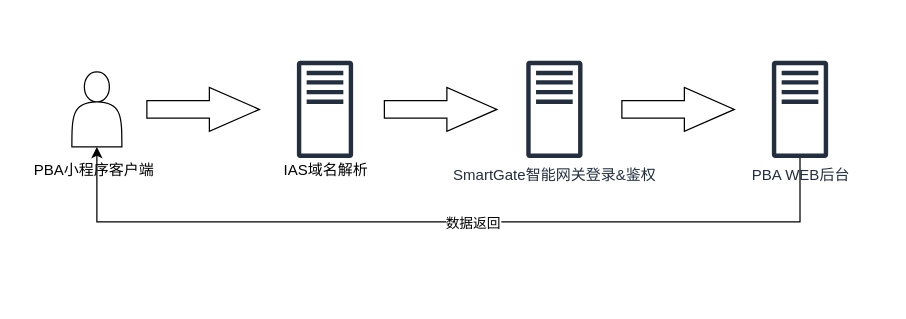
The draw.io diagram pba.drawio in lshunran/drawIO, before the edit. Source tidied: cells renumbered, new cells numbered last; positions are measured from the earlier drawing's top-left corner, leaving out a move shared by most shapes. Both pictures are drawn from the tidied source at 125%, with x=0, y=0 at pixel (21, 60).
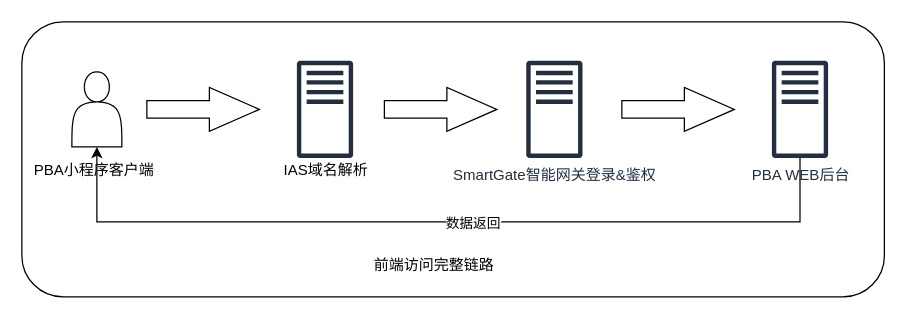
Above is the later version.

What changed in the source:
```diff
@@
 <mxGraphModel>
   <root>
     <mxCell id="0" />
     <mxCell id="1" parent="0" />
+    <mxCell id="13" style="rounded=1;whiteSpace=wrap;html=1;" parent="1" vertex="1">
+      <mxGeometry y="-31" width="690" height="220" as="geometry" />
+    </mxCell>
     <mxCell id="2" style="html=1;shadow=0;dashed=0;align=center;verticalAlign=middle;shape=mxgraph.arrows2.arrow;dy=0.6;dx=40;notch=0;" parent="1" vertex="1">
       <mxGeometry x="100" y="21.5" width="90" height="35" as="geometry" />
     </mxCell>
     <mxCell id="3" style="shape=actor;whiteSpace=wrap;html=1;" parent="1" vertex="1">
       <mxGeometry x="40" y="9" width="40" height="60" as="geometry" />
     </mxCell>
     <mxCell id="4" style="fontColor=#232F3E;gradientColor=none;fillColor=#232F3E;strokeColor=none;dashed=0;verticalLabelPosition=bottom;verticalAlign=top;align=center;html=1;fontSize=12;fontStyle=0;shape=mxgraph.aws4.traditional_server;" parent="1" vertex="1">
       <mxGeometry x="220" width="45" height="78" as="geometry" />
     </mxCell>
     <mxCell id="5" value="IAS域名解析" style="text;html=1;align=center;verticalAlign=middle;strokeColor=none;" parent="1" vertex="1">
       <mxGeometry x="202.5" y="78" width="80" height="20" as="geometry" />
     </mxCell>
     <mxCell id="6" value="SmartGate智能网关登录&amp;amp;鉴权" style="fontColor=#232F3E;gradientColor=none;fillColor=#232F3E;strokeColor=none;dashed=0;verticalLabelPosition=bottom;verticalAlign=top;align=center;html=1;fontSize=12;fontStyle=0;shape=mxgraph.aws4.traditional_server;" parent="1" vertex="1">
       <mxGeometry x="403.5" width="45" height="78" as="geometry" />
     </mxCell>
     <mxCell id="7" style="html=1;shadow=0;dashed=0;align=center;verticalAlign=middle;shape=mxgraph.arrows2.arrow;dy=0.6;dx=40;notch=0;" parent="1" vertex="1">
       <mxGeometry x="290" y="21.5" width="90" height="35" as="geometry" />
     </mxCell>
     <mxCell id="8" style="html=1;shadow=0;dashed=0;align=center;verticalAlign=middle;shape=mxgraph.arrows2.arrow;dy=0.6;dx=40;notch=0;" parent="1" vertex="1">
       <mxGeometry x="480" y="21.5" width="90" height="35" as="geometry" />
     </mxCell>
     <mxCell id="9" style="edgeStyle=orthogonalEdgeStyle;rounded=0;jettySize=auto;html=1;entryX=0.5;entryY=1;entryDx=0;entryDy=0;" parent="1" edge="1" source="11" target="3">
       <mxGeometry relative="1" as="geometry">
         <Array as="points">
           <mxPoint x="623" y="129" />
           <mxPoint x="60" y="129" />
         </Array>
       </mxGeometry>
     </mxCell>
     <mxCell id="10" value="数据返回" style="edgeLabel;html=1;align=center;verticalAlign=middle;" parent="9" vertex="1">
       <mxGeometry x="-0.07" relative="1" as="geometry" />
     </mxCell>
     <mxCell id="11" value="PBA WEB后台" style="outlineConnect=0;fontColor=#232F3E;gradientColor=none;fillColor=#232F3E;strokeColor=none;dashed=0;verticalLabelPosition=bottom;verticalAlign=top;align=center;html=1;fontSize=12;fontStyle=0;shape=mxgraph.aws4.traditional_server;" parent="1" vertex="1">
       <mxGeometry x="600" width="45" height="78" as="geometry" />
     </mxCell>
     <mxCell id="12" value="PBA小程序客户端" style="text;html=1;strokeColor=none;fillColor=none;align=center;verticalAlign=middle;whiteSpace=wrap;rounded=0;" parent="1" vertex="1">
       <mxGeometry y="83" width="116" height="10" as="geometry" />
     </mxCell>
+    <mxCell id="14" value="前端访问完整链路" style="text;html=1;strokeColor=none;fillColor=none;align=center;verticalAlign=middle;whiteSpace=wrap;rounded=0;" parent="1" vertex="1">
+      <mxGeometry x="270" y="149" width="120" height="30" as="geometry" />
+    </mxCell>
   </root>
 </mxGraphModel>
```
